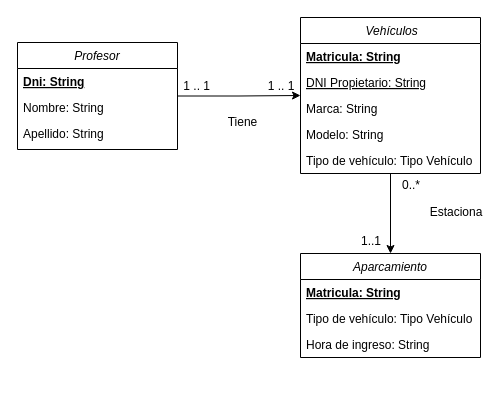
Before: Diagramas/Diagramas/Diagrama de clases.drawio in sergiosimonf/Proyecto-Aparcamiento, a draw.io diagram. Source tidied: cells renumbered, new cells numbered last; positions are measured from the earlier drawing's top-left corner, leaving out a move shared by most shapes. Both pictures are drawn from the tidied source at 100%, with x=0, y=0 at pixel (17, 17).
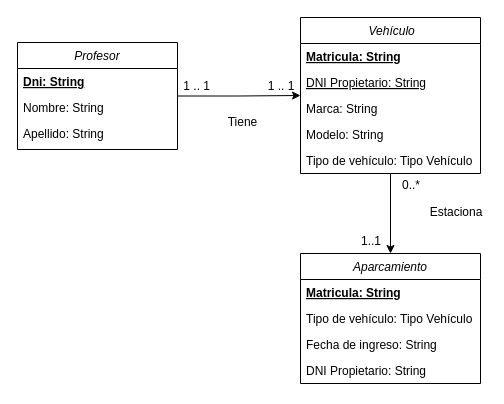
The same diagram, later.

The edit, as a diff of the source:
```diff
@@
-    <mxCell id="8" value=" Vehículos" style="swimlane;fontStyle=2;align=center;verticalAlign=top;horizontal=1;startSize=26;rounded=0;shadow=0;strokeWidth=1;" parent="1" vertex="1">
+    <mxCell id="8" value=" Vehículo" style="swimlane;fontStyle=2;align=center;verticalAlign=top;horizontal=1;startSize=26;rounded=0;shadow=0;strokeWidth=1;" parent="1" vertex="1">
       <mxGeometry x="283" width="180" height="156" as="geometry" />
     </mxCell>
@@
     <mxCell id="17" value="Aparcamiento" style="swimlane;fontStyle=2;align=center;verticalAlign=top;horizontal=1;startSize=26;rounded=0;shadow=0;strokeWidth=1;" parent="1" vertex="1">
-      <mxGeometry x="283" y="236" width="180" height="104" as="geometry" />
+      <mxGeometry x="283" y="236" width="180" height="130" as="geometry" />
     </mxCell>
@@
-    <mxCell id="20" value="Hora de ingreso: String" style="text;align=left;verticalAlign=top;spacingLeft=4;spacingRight=4;overflow=hidden;fontStyle=0;" parent="17" vertex="1">
+    <mxCell id="20" value="Fecha de ingreso: String" style="text;align=left;verticalAlign=top;spacingLeft=4;spacingRight=4;overflow=hidden;fontStyle=0;" parent="17" vertex="1">
       <mxGeometry y="78" width="180" height="26" as="geometry" />
     </mxCell>
+    <mxCell id="24" value="DNI Propietario: String" style="text;align=left;verticalAlign=top;spacingLeft=4;spacingRight=4;overflow=hidden;fontStyle=0;" parent="17" vertex="1">
+      <mxGeometry y="104" width="180" height="26" as="geometry" />
+    </mxCell>
```
